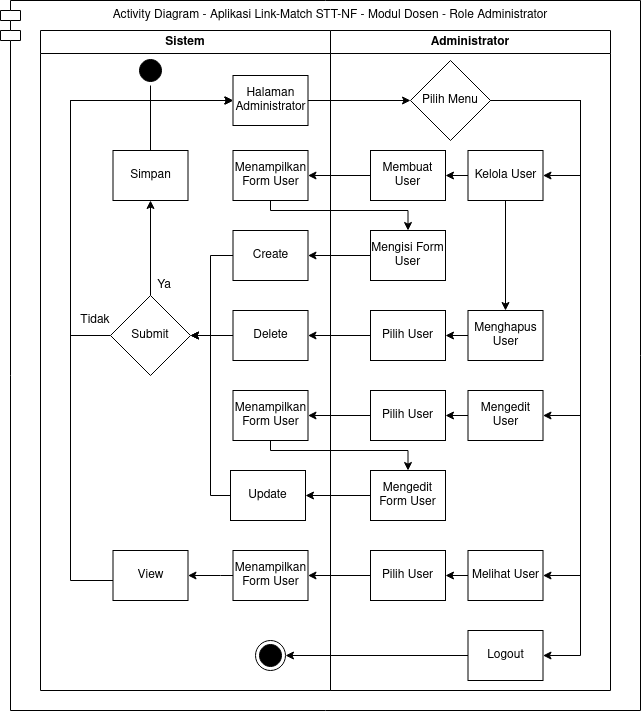
This is 1. Skripsi/Gambar/Gambar 4.7 Activity Diagram Role Administrator.png from mazharrasyad/Tugas-Akhir-S1, a draw.io export, as it was before one commit. Source tidied: cells renumbered, new cells last; positions are measured from the earlier drawing's top-left corner, leaving out a move shared by most shapes.
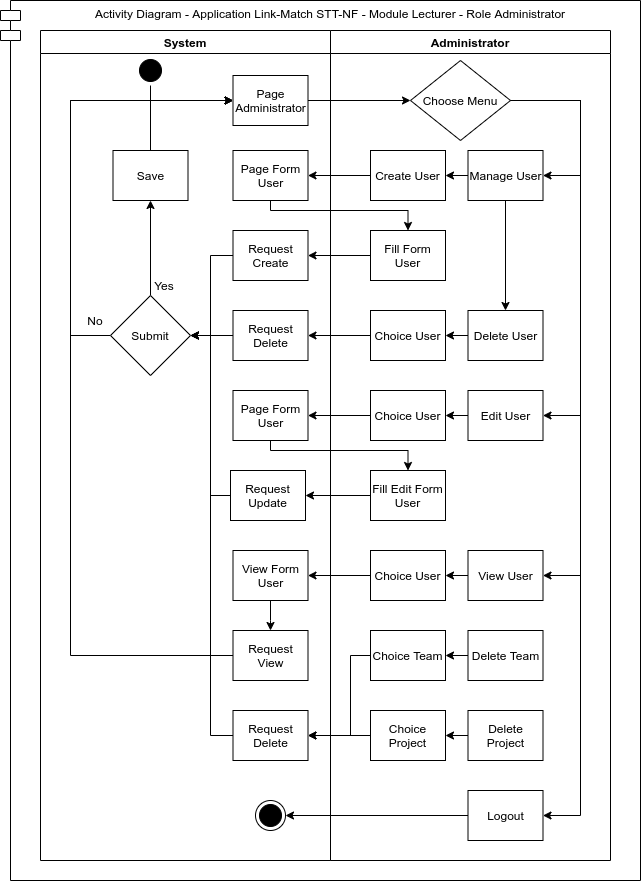
The same file after the commit.

Change to the diagram source:
```diff
@@ -2,14 +2,14 @@
   <root>
     <mxCell id="0" />
     <mxCell id="1" parent="0" />
-    <mxCell id="2" value="Activity Diagram - Aplikasi Link-Match STT-NF - Modul Dosen - Role Administrator" style="shape=module;align=left;spacingLeft=20;align=center;verticalAlign=top;strokeColor=#000000;" parent="1" vertex="1">
-      <mxGeometry width="640" height="710" as="geometry" />
+    <mxCell id="2" value="Activity Diagram - Application Link-Match STT-NF - Module Lecturer - Role Administrator" style="shape=module;align=left;spacingLeft=20;align=center;verticalAlign=top;strokeColor=#000000;" parent="1" vertex="1">
+      <mxGeometry width="640" height="880" as="geometry" />
     </mxCell>
     <mxCell id="3" value="Administrator" style="swimlane;whiteSpace=wrap;startSize=23;" parent="1" vertex="1">
-      <mxGeometry x="330" y="30" width="280" height="660" as="geometry" />
+      <mxGeometry x="330" y="30" width="280" height="830" as="geometry" />
     </mxCell>
-    <mxCell id="4" value="Sistem" style="swimlane;whiteSpace=wrap;swimlaneLine=1;" parent="1" vertex="1">
-      <mxGeometry x="40" y="30" width="290" height="660" as="geometry" />
+    <mxCell id="4" value="System" style="swimlane;whiteSpace=wrap;swimlaneLine=1;" parent="1" vertex="1">
+      <mxGeometry x="40" y="30" width="290" height="830" as="geometry" />
     </mxCell>
     <mxCell id="5" style="edgeStyle=orthogonalEdgeStyle;rounded=0;jettySize=auto;html=1;exitX=1;exitY=0.5;exitDx=0;exitDy=0;entryX=1;entryY=0.5;entryDx=0;entryDy=0;" parent="1" edge="1" source="8" target="24">
       <mxGeometry relative="1" as="geometry">
@@ -35,19 +35,19 @@
         </Array>
       </mxGeometry>
     </mxCell>
-    <mxCell id="8" value="Pilih Menu" style="rhombus;whiteSpace=wrap;html=1;strokeColor=#000000;" parent="1" vertex="1">
-      <mxGeometry x="410" y="60" width="80" height="80" as="geometry" />
+    <mxCell id="8" value="Choose Menu" style="rhombus;whiteSpace=wrap;html=1;strokeColor=#000000;" parent="1" vertex="1">
+      <mxGeometry x="410" y="60" width="100" height="80" as="geometry" />
     </mxCell>
     <mxCell id="9" style="edgeStyle=orthogonalEdgeStyle;rounded=0;jettySize=auto;html=1;exitX=0;exitY=0.5;exitDx=0;exitDy=0;entryX=1;entryY=0.5;entryDx=0;entryDy=0;" parent="1" edge="1" source="10" target="39">
       <mxGeometry relative="1" as="geometry" />
     </mxCell>
-    <mxCell id="10" value="Membuat User" style="html=1;whiteSpace=wrap;" parent="1" vertex="1">
+    <mxCell id="10" value="Create User" style="html=1;whiteSpace=wrap;" parent="1" vertex="1">
       <mxGeometry x="370" y="150" width="75" height="50" as="geometry" />
     </mxCell>
-    <mxCell id="11" value="Menghapus User" style="html=1;whiteSpace=wrap;" parent="1" vertex="1">
+    <mxCell id="11" value="Delete User" style="html=1;whiteSpace=wrap;" parent="1" vertex="1">
       <mxGeometry x="467.5" y="310" width="75" height="50" as="geometry" />
     </mxCell>
-    <mxCell id="12" value="Melihat User" style="html=1;whiteSpace=wrap;" parent="1" vertex="1">
+    <mxCell id="12" value="View User" style="html=1;whiteSpace=wrap;" parent="1" vertex="1">
       <mxGeometry x="467.5" y="550" width="75" height="50" as="geometry" />
     </mxCell>
     <mxCell id="13" style="edgeStyle=orthogonalEdgeStyle;rounded=0;jettySize=auto;html=1;exitX=0.5;exitY=0;exitDx=0;exitDy=0;entryX=0.5;entryY=1;entryDx=0;entryDy=0;" parent="1" edge="1" source="15" target="52">
@@ -64,39 +64,39 @@
     <mxCell id="15" value="Submit" style="rhombus;whiteSpace=wrap;html=1;strokeColor=#000000;" parent="1" vertex="1">
       <mxGeometry x="110" y="295" width="80" height="80" as="geometry" />
     </mxCell>
-    <mxCell id="16" value="Ya" style="text;html=1;strokeColor=none;fillColor=none;align=center;verticalAlign=middle;whiteSpace=wrap;rounded=0;" parent="1" vertex="1">
+    <mxCell id="16" value="Yes" style="text;html=1;strokeColor=none;fillColor=none;align=center;verticalAlign=middle;whiteSpace=wrap;rounded=0;" parent="1" vertex="1">
       <mxGeometry x="135" y="275" width="57.5" height="20" as="geometry" />
     </mxCell>
-    <mxCell id="17" value="Tidak" style="text;html=1;strokeColor=none;fillColor=none;align=center;verticalAlign=middle;whiteSpace=wrap;rounded=0;" parent="1" vertex="1">
+    <mxCell id="17" value="No" style="text;html=1;strokeColor=none;fillColor=none;align=center;verticalAlign=middle;whiteSpace=wrap;rounded=0;" parent="1" vertex="1">
       <mxGeometry x="70" y="310" width="50" height="20" as="geometry" />
     </mxCell>
-    <mxCell id="18" value="Pilih User" style="html=1;whiteSpace=wrap;" parent="1" vertex="1">
+    <mxCell id="18" value="Choice User" style="html=1;whiteSpace=wrap;" parent="1" vertex="1">
       <mxGeometry x="370" y="310" width="75" height="50" as="geometry" />
     </mxCell>
     <mxCell id="19" style="edgeStyle=orthogonalEdgeStyle;rounded=0;jettySize=auto;html=1;exitX=0;exitY=0.5;exitDx=0;exitDy=0;entryX=1;entryY=0.5;entryDx=0;entryDy=0;" parent="1" edge="1" source="11" target="18">
       <mxGeometry relative="1" as="geometry" />
     </mxCell>
-    <mxCell id="20" value="Pilih User" style="html=1;whiteSpace=wrap;" parent="1" vertex="1">
+    <mxCell id="20" value="Choice User" style="html=1;whiteSpace=wrap;" parent="1" vertex="1">
       <mxGeometry x="370" y="550" width="75" height="50" as="geometry" />
     </mxCell>
     <mxCell id="21" style="edgeStyle=orthogonalEdgeStyle;rounded=0;jettySize=auto;html=1;exitX=0;exitY=0.5;exitDx=0;exitDy=0;" parent="1" edge="1" source="12" target="20">
       <mxGeometry relative="1" as="geometry" />
     </mxCell>
     <mxCell id="22" value="Logout" style="html=1;whiteSpace=wrap;" parent="1" vertex="1">
-      <mxGeometry x="467.5" y="630" width="75" height="50" as="geometry" />
+      <mxGeometry x="467.5" y="790" width="75" height="50" as="geometry" />
     </mxCell>
     <mxCell id="23" style="edgeStyle=orthogonalEdgeStyle;rounded=0;jettySize=auto;html=1;exitX=1;exitY=0.5;exitDx=0;exitDy=0;entryX=1;entryY=0.5;entryDx=0;entryDy=0;" parent="1" edge="1" source="8" target="22">
       <mxGeometry relative="1" as="geometry">
         <Array as="points">
           <mxPoint x="580" y="100" />
-          <mxPoint x="580" y="655" />
+          <mxPoint x="580" y="815" />
         </Array>
       </mxGeometry>
     </mxCell>
-    <mxCell id="24" value="Mengedit User" style="html=1;whiteSpace=wrap;" parent="1" vertex="1">
+    <mxCell id="24" value="Edit User" style="html=1;whiteSpace=wrap;" parent="1" vertex="1">
       <mxGeometry x="467.5" y="390" width="75" height="50" as="geometry" />
     </mxCell>
-    <mxCell id="25" value="Pilih User" style="html=1;whiteSpace=wrap;" parent="1" vertex="1">
+    <mxCell id="25" value="Choice User" style="html=1;whiteSpace=wrap;" parent="1" vertex="1">
       <mxGeometry x="370" y="390" width="75" height="50" as="geometry" />
     </mxCell>
     <mxCell id="26" style="edgeStyle=orthogonalEdgeStyle;rounded=0;jettySize=auto;html=1;exitX=0;exitY=0.5;exitDx=0;exitDy=0;" parent="1" edge="1" source="24" target="25">
@@ -105,13 +105,13 @@
     <mxCell id="27" style="edgeStyle=orthogonalEdgeStyle;rounded=0;jettySize=auto;html=1;exitX=0;exitY=0.5;exitDx=0;exitDy=0;entryX=1;entryY=0.5;entryDx=0;entryDy=0;" parent="1" edge="1" source="28" target="41">
       <mxGeometry relative="1" as="geometry" />
     </mxCell>
-    <mxCell id="28" value="Mengisi Form User" style="html=1;whiteSpace=wrap;" parent="1" vertex="1">
+    <mxCell id="28" value="Fill Form User" style="html=1;whiteSpace=wrap;" parent="1" vertex="1">
       <mxGeometry x="370" y="230" width="75" height="50" as="geometry" />
     </mxCell>
     <mxCell id="29" style="edgeStyle=orthogonalEdgeStyle;rounded=0;jettySize=auto;html=1;exitX=0;exitY=0.5;exitDx=0;exitDy=0;entryX=1;entryY=0.5;entryDx=0;entryDy=0;" parent="1" edge="1" source="30" target="43">
       <mxGeometry relative="1" as="geometry" />
     </mxCell>
-    <mxCell id="30" value="Mengedit Form User" style="html=1;whiteSpace=wrap;" parent="1" vertex="1">
+    <mxCell id="30" value="Fill Edit Form User" style="html=1;whiteSpace=wrap;" parent="1" vertex="1">
       <mxGeometry x="370" y="470" width="75" height="50" as="geometry" />
     </mxCell>
     <mxCell id="31" style="edgeStyle=orthogonalEdgeStyle;rounded=0;jettySize=auto;html=1;exitX=1;exitY=0.5;exitDx=0;exitDy=0;entryX=0;entryY=0.5;entryDx=0;entryDy=0;" parent="1" edge="1" source="37" target="8">
@@ -124,7 +124,7 @@
       <mxGeometry relative="1" as="geometry" />
     </mxCell>
     <mxCell id="34" style="ellipse;html=1;shape=endState;fillColor=#000000;" parent="1" vertex="1">
-      <mxGeometry x="255" y="640" width="30" height="30" as="geometry" />
+      <mxGeometry x="255" y="800" width="30" height="30" as="geometry" />
     </mxCell>
     <mxCell id="35" style="edgeStyle=orthogonalEdgeStyle;rounded=0;jettySize=auto;html=1;exitX=0.5;exitY=1;exitDx=0;exitDy=0;entryX=0;entryY=0.5;entryDx=0;entryDy=0;" parent="1" edge="1" source="36" target="37">
       <mxGeometry relative="1" as="geometry">
@@ -136,7 +136,7 @@
     <mxCell id="36" style="ellipse;html=1;shape=startState;fillColor=#000000;" parent="1" vertex="1">
       <mxGeometry x="135" y="55" width="30" height="30" as="geometry" />
     </mxCell>
-    <mxCell id="37" value="Halaman Administrator" style="html=1;whiteSpace=wrap;" parent="1" vertex="1">
+    <mxCell id="37" value="Page Administrator" style="html=1;whiteSpace=wrap;" parent="1" vertex="1">
       <mxGeometry x="232.5" y="75" width="75" height="50" as="geometry" />
     </mxCell>
     <mxCell id="38" style="edgeStyle=orthogonalEdgeStyle;rounded=0;jettySize=auto;html=1;exitX=0.5;exitY=1;exitDx=0;exitDy=0;entryX=0.5;entryY=0;entryDx=0;entryDy=0;" parent="1" edge="1" source="39" target="28">
@@ -147,7 +147,7 @@
         </Array>
       </mxGeometry>
     </mxCell>
-    <mxCell id="39" value="Menampilkan Form User" style="html=1;whiteSpace=wrap;" parent="1" vertex="1">
+    <mxCell id="39" value="Page Form User" style="html=1;whiteSpace=wrap;" parent="1" vertex="1">
       <mxGeometry x="232.5" y="150" width="75" height="50" as="geometry" />
     </mxCell>
     <mxCell id="40" style="edgeStyle=orthogonalEdgeStyle;rounded=0;jettySize=auto;html=1;exitX=0;exitY=0.5;exitDx=0;exitDy=0;entryX=1;entryY=0.5;entryDx=0;entryDy=0;" parent="1" edge="1" source="41" target="15">
@@ -158,7 +158,7 @@
         </Array>
       </mxGeometry>
     </mxCell>
-    <mxCell id="41" value="Create" style="html=1;whiteSpace=wrap;" parent="1" vertex="1">
+    <mxCell id="41" value="Request Create" style="html=1;whiteSpace=wrap;" parent="1" vertex="1">
       <mxGeometry x="232.5" y="230" width="75" height="50" as="geometry" />
     </mxCell>
     <mxCell id="42" style="edgeStyle=orthogonalEdgeStyle;rounded=0;jettySize=auto;html=1;exitX=0;exitY=0.5;exitDx=0;exitDy=0;entryX=1;entryY=0.5;entryDx=0;entryDy=0;" parent="1" edge="1" source="43" target="15">
@@ -169,46 +169,41 @@
         </Array>
       </mxGeometry>
     </mxCell>
-    <mxCell id="43" value="Update" style="html=1;whiteSpace=wrap;" parent="1" vertex="1">
+    <mxCell id="43" value="Request Update" style="html=1;whiteSpace=wrap;" parent="1" vertex="1">
       <mxGeometry x="230" y="470" width="75" height="50" as="geometry" />
     </mxCell>
-    <mxCell id="44" style="edgeStyle=orthogonalEdgeStyle;rounded=0;jettySize=auto;html=1;exitX=0;exitY=0.5;exitDx=0;exitDy=0;entryX=1;entryY=0.5;entryDx=0;entryDy=0;" parent="1" edge="1" source="45" target="49">
+    <mxCell id="44" style="edgeStyle=orthogonalEdgeStyle;rounded=0;jettySize=auto;html=1;exitX=0.5;exitY=1;exitDx=0;exitDy=0;entryX=0.5;entryY=0;entryDx=0;entryDy=0;" parent="1" edge="1" source="45" target="49">
       <mxGeometry relative="1" as="geometry">
         <Array as="points">
-          <mxPoint x="220" y="575" />
-          <mxPoint x="220" y="575" />
+          <mxPoint x="270" y="620" />
+          <mxPoint x="270" y="620" />
         </Array>
       </mxGeometry>
     </mxCell>
-    <mxCell id="45" value="Menampilkan Form User" style="html=1;whiteSpace=wrap;" parent="1" vertex="1">
+    <mxCell id="45" value="View Form User" style="html=1;whiteSpace=wrap;" parent="1" vertex="1">
       <mxGeometry x="232.5" y="550" width="75" height="50" as="geometry" />
     </mxCell>
     <mxCell id="46" style="edgeStyle=orthogonalEdgeStyle;rounded=0;jettySize=auto;html=1;exitX=0;exitY=0.5;exitDx=0;exitDy=0;entryX=1;entryY=0.5;entryDx=0;entryDy=0;" parent="1" edge="1" source="47" target="15">
       <mxGeometry relative="1" as="geometry" />
     </mxCell>
-    <mxCell id="47" value="Delete" style="html=1;whiteSpace=wrap;" parent="1" vertex="1">
+    <mxCell id="47" value="Request Delete" style="html=1;whiteSpace=wrap;" parent="1" vertex="1">
       <mxGeometry x="232.5" y="310" width="75" height="50" as="geometry" />
     </mxCell>
     <mxCell id="48" style="edgeStyle=orthogonalEdgeStyle;rounded=0;jettySize=auto;html=1;exitX=0;exitY=0.5;exitDx=0;exitDy=0;entryX=0;entryY=0.5;entryDx=0;entryDy=0;" parent="1" edge="1" source="49" target="37">
       <mxGeometry relative="1" as="geometry">
         <Array as="points">
-          <mxPoint x="125" y="575" />
-          <mxPoint x="125" y="580" />
-          <mxPoint x="70" y="580" />
+          <mxPoint x="70" y="655" />
           <mxPoint x="70" y="100" />
         </Array>
       </mxGeometry>
     </mxCell>
-    <mxCell id="49" value="View" style="html=1;whiteSpace=wrap;" parent="1" vertex="1">
-      <mxGeometry x="112.5" y="550" width="75" height="50" as="geometry" />
-    </mxCell>
-    <mxCell id="50" value="Menampilkan Form User" style="html=1;whiteSpace=wrap;" parent="1" vertex="1">
+    <mxCell id="50" value="Page Form User" style="html=1;whiteSpace=wrap;" parent="1" vertex="1">
       <mxGeometry x="232.5" y="390" width="75" height="50" as="geometry" />
     </mxCell>
     <mxCell id="51" style="edgeStyle=orthogonalEdgeStyle;rounded=0;jettySize=auto;html=1;exitX=0.5;exitY=0;exitDx=0;exitDy=0;entryX=0;entryY=0.5;entryDx=0;entryDy=0;" parent="1" edge="1" source="52" target="37">
       <mxGeometry relative="1" as="geometry" />
     </mxCell>
-    <mxCell id="52" value="Simpan" style="html=1;whiteSpace=wrap;" parent="1" vertex="1">
+    <mxCell id="52" value="Save" style="html=1;whiteSpace=wrap;" parent="1" vertex="1">
       <mxGeometry x="112.5" y="150" width="75" height="50" as="geometry" />
     </mxCell>
     <mxCell id="53" style="edgeStyle=orthogonalEdgeStyle;rounded=0;jettySize=auto;html=1;exitX=0;exitY=0.5;exitDx=0;exitDy=0;entryX=1;entryY=0.5;entryDx=0;entryDy=0;" parent="1" edge="1" source="25" target="50">
@@ -231,8 +226,51 @@
     <mxCell id="57" style="edgeStyle=orthogonalEdgeStyle;rounded=0;jettySize=auto;html=1;exitX=0.5;exitY=1;exitDx=0;exitDy=0;entryX=0.5;entryY=0;entryDx=0;entryDy=0;" parent="1" edge="1" source="58" target="11">
       <mxGeometry relative="1" as="geometry" />
     </mxCell>
-    <mxCell id="58" value="Kelola User" style="html=1;whiteSpace=wrap;" parent="1" vertex="1">
+    <mxCell id="58" value="Manage User" style="html=1;whiteSpace=wrap;" parent="1" vertex="1">
       <mxGeometry x="467.5" y="150" width="75" height="50" as="geometry" />
     </mxCell>
+    <mxCell id="59" style="edgeStyle=orthogonalEdgeStyle;rounded=0;jettySize=auto;html=1;" parent="1" edge="1" source="60" target="61">
+      <mxGeometry relative="1" as="geometry" />
+    </mxCell>
+    <mxCell id="60" value="Delete Team" style="html=1;whiteSpace=wrap;" parent="1" vertex="1">
+      <mxGeometry x="467.5" y="630" width="75" height="50" as="geometry" />
+    </mxCell>
+    <mxCell id="61" value="Choice Team" style="html=1;whiteSpace=wrap;" parent="1" vertex="1">
+      <mxGeometry x="370" y="630" width="75" height="50" as="geometry" />
+    </mxCell>
+    <mxCell id="62" style="edgeStyle=orthogonalEdgeStyle;rounded=0;jettySize=auto;html=1;" parent="1" edge="1" source="63" target="65">
+      <mxGeometry relative="1" as="geometry" />
+    </mxCell>
+    <mxCell id="63" value="Delete Project" style="html=1;whiteSpace=wrap;" parent="1" vertex="1">
+      <mxGeometry x="467.5" y="710" width="75" height="50" as="geometry" />
+    </mxCell>
+    <mxCell id="64" style="edgeStyle=orthogonalEdgeStyle;rounded=0;jettySize=auto;html=1;" parent="1" edge="1" source="65" target="66">
+      <mxGeometry relative="1" as="geometry" />
+    </mxCell>
+    <mxCell id="65" value="Choice Project" style="html=1;whiteSpace=wrap;" parent="1" vertex="1">
+      <mxGeometry x="370" y="710" width="75" height="50" as="geometry" />
+    </mxCell>
+    <mxCell id="66" value="Request Delete" style="html=1;whiteSpace=wrap;" parent="1" vertex="1">
+      <mxGeometry x="232.5" y="710" width="75" height="50" as="geometry" />
+    </mxCell>
+    <mxCell id="67" style="endArrow=classic;html=1;exitX=0;exitY=0.5;exitDx=0;exitDy=0;entryX=1;entryY=0.5;entryDx=0;entryDy=0;rounded=0;" parent="1" edge="1" source="66" target="15">
+      <mxGeometry relative="1" as="geometry">
+        <Array as="points">
+          <mxPoint x="210" y="735" />
+          <mxPoint x="210" y="335" />
+        </Array>
+      </mxGeometry>
+    </mxCell>
+    <mxCell id="49" value="Request View" style="html=1;whiteSpace=wrap;" parent="1" vertex="1">
+      <mxGeometry x="232.5" y="630" width="75" height="50" as="geometry" />
+    </mxCell>
+    <mxCell id="68" style="edgeStyle=orthogonalEdgeStyle;rounded=0;jettySize=auto;html=1;entryX=1;entryY=0.5;entryDx=0;entryDy=0;" parent="1" edge="1" source="61" target="66">
+      <mxGeometry relative="1" as="geometry">
+        <Array as="points">
+          <mxPoint x="350" y="655" />
+          <mxPoint x="350" y="735" />
+        </Array>
+      </mxGeometry>
+    </mxCell>
   </root>
 </mxGraphModel>
```
